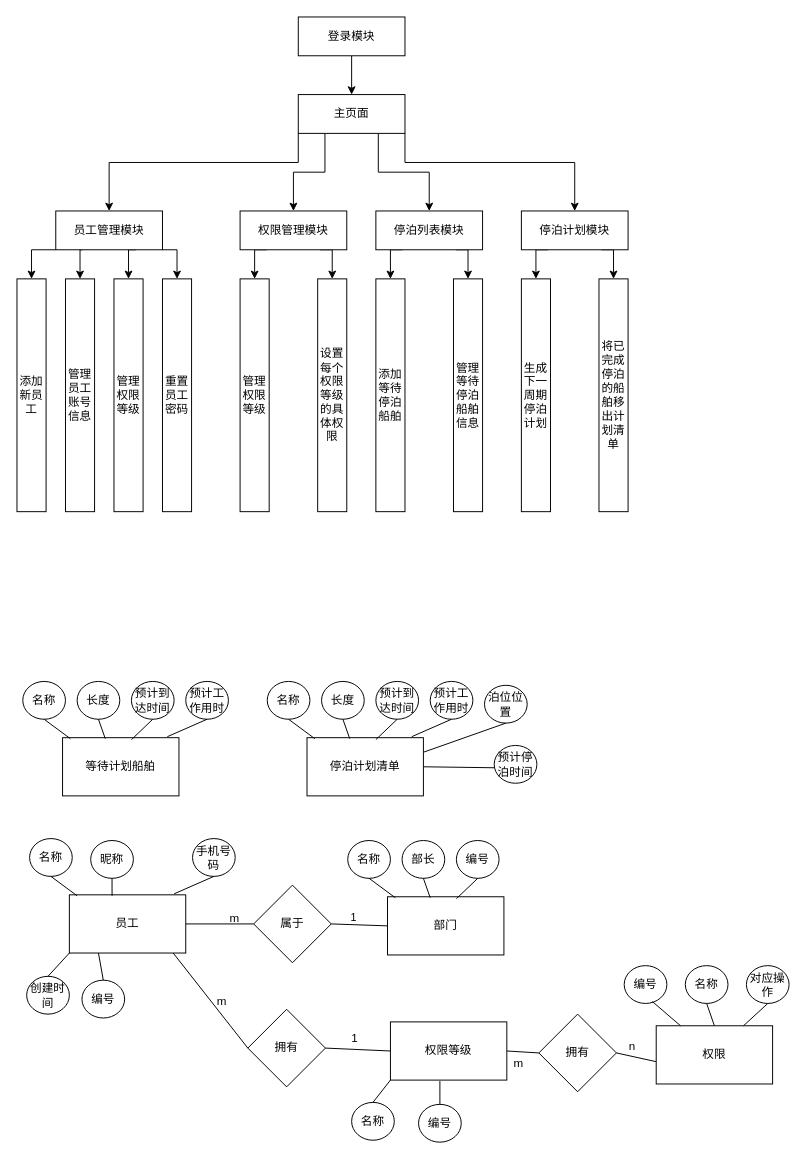
Above: 功能性需求.drawio in xbb2020/dicPics (draw.io), before the change. Source tidied: cells renumbered, new cells numbered last; positions are measured from the earlier drawing's top-left corner, leaving out a move shared by most shapes. Both pictures are drawn from the tidied source at 97%, with x=0, y=0 at pixel (16, 16).
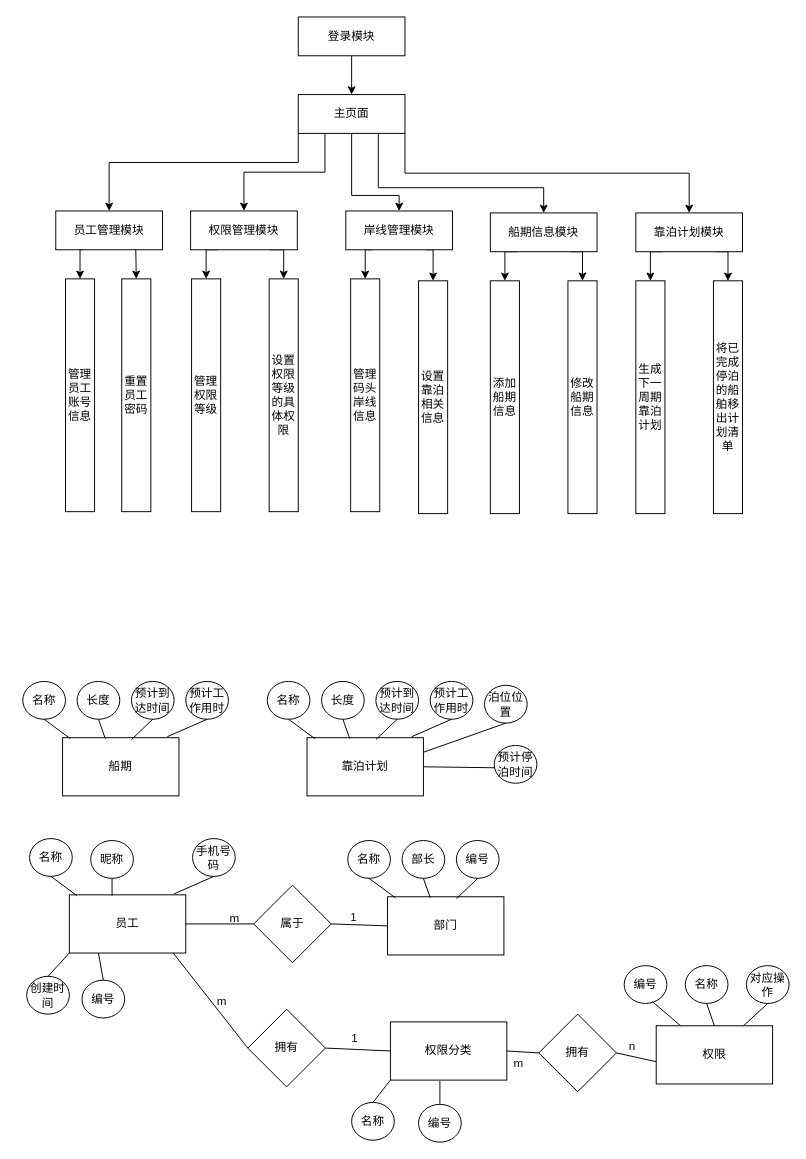
Above is the later version.

Commit message:
更新功能性需求.drawio

The change refers to these unchanged cells:
```xml
<mxCell id="8" value="主页面" style="rounded=0;whiteSpace=wrap;html=1;" parent="1" vertex="1">
  <mxGeometry x="290" y="80" width="110" height="40" as="geometry" />
</mxCell>
<mxCell id="13" value="员工管理模块" style="rounded=0;whiteSpace=wrap;html=1;" parent="1" vertex="1">
  <mxGeometry x="40" y="200" width="110" height="40" as="geometry" />
</mxCell>
<mxCell id="14" value="管理员工账号信息" style="rounded=0;whiteSpace=wrap;html=1;" parent="1" vertex="1">
  <mxGeometry x="50" y="270" width="30" height="240" as="geometry" />
</mxCell>
```

What changed in the source:
```diff
@@
     <mxCell id="5" style="edgeStyle=orthogonalEdgeStyle;rounded=0;jettySize=auto;html=1;exitX=0.25;exitY=1;exitDx=0;exitDy=0;entryX=0.5;entryY=0;entryDx=0;entryDy=0;" parent="1" edge="1" source="8" target="19">
-      <mxGeometry relative="1" as="geometry">
-        <Array as="points">
-          <mxPoint x="318" y="160" />
-          <mxPoint x="285" y="160" />
-        </Array>
-      </mxGeometry>
+      <mxGeometry relative="1" as="geometry" />
     </mxCell>
+    <mxCell id="7" style="edgeStyle=orthogonalEdgeStyle;rounded=0;jettySize=auto;html=1;exitX=1;exitY=1;exitDx=0;exitDy=0;entryX=0.5;entryY=0;entryDx=0;entryDy=0;" parent="1" edge="1" source="8" target="30">
+      <mxGeometry relative="1" as="geometry" />
+    </mxCell>
     <mxCell id="6" style="edgeStyle=orthogonalEdgeStyle;rounded=0;jettySize=auto;html=1;exitX=0.75;exitY=1;exitDx=0;exitDy=0;entryX=0.5;entryY=0;entryDx=0;entryDy=0;" parent="1" edge="1" source="8" target="24">
-      <mxGeometry relative="1" as="geometry" />
+      <mxGeometry relative="1" as="geometry">
+        <Array as="points">
+          <mxPoint x="373" y="176" />
+          <mxPoint x="543" y="176" />
+        </Array>
+      </mxGeometry>
     </mxCell>
-    <mxCell id="7" style="edgeStyle=orthogonalEdgeStyle;rounded=0;jettySize=auto;html=1;exitX=1;exitY=1;exitDx=0;exitDy=0;entryX=0.5;entryY=0;entryDx=0;entryDy=0;" parent="1" edge="1" source="8" target="30">
-      <mxGeometry relative="1" as="geometry">
-        <Array as="points">
-          <mxPoint x="400" y="150" />
-          <mxPoint x="575" y="150" />
-        </Array>
-      </mxGeometry>
-    </mxCell>
+    <mxCell id="100" style="edgeStyle=orthogonalEdgeStyle;rounded=0;jettySize=auto;html=1;exitX=0.5;exitY=1;exitDx=0;exitDy=0;entryX=0.5;entryY=0;entryDx=0;entryDy=0;" parent="1" edge="1" source="8" target="103">
+      <mxGeometry relative="1" as="geometry">
+        <Array as="points">
+          <mxPoint x="345" y="184" />
+          <mxPoint x="394" y="184" />
+        </Array>
+      </mxGeometry>
+    </mxCell>
@@
+    <mxCell id="11" style="edgeStyle=orthogonalEdgeStyle;rounded=0;jettySize=auto;html=1;exitX=0.25;exitY=1;exitDx=0;exitDy=0;entryX=0.5;entryY=0;entryDx=0;entryDy=0;" parent="1" edge="1" source="13" target="14">
+      <mxGeometry relative="1" as="geometry" />
+    </mxCell>
-    <mxCell id="9" style="edgeStyle=orthogonalEdgeStyle;rounded=0;jettySize=auto;html=1;exitX=1;exitY=1;exitDx=0;exitDy=0;" parent="1" edge="1" source="13" target="16">
-      <mxGeometry relative="1" as="geometry">
-        <Array as="points">
-          <mxPoint x="165" y="240" />
-        </Array>
-      </mxGeometry>
+    <mxCell id="9" style="edgeStyle=orthogonalEdgeStyle;rounded=0;jettySize=auto;html=1;exitX=0.75;exitY=1;exitDx=0;exitDy=0;entryX=0.5;entryY=0;entryDx=0;entryDy=0;" parent="1" edge="1" source="13" target="16">
+      <mxGeometry relative="1" as="geometry" />
     </mxCell>
-    <mxCell id="10" style="edgeStyle=orthogonalEdgeStyle;rounded=0;jettySize=auto;html=1;exitX=0.75;exitY=1;exitDx=0;exitDy=0;entryX=0.5;entryY=0;entryDx=0;entryDy=0;" parent="1" edge="1" source="13" target="15">
-      <mxGeometry relative="1" as="geometry" />
-    </mxCell>
-    <mxCell id="11" style="edgeStyle=orthogonalEdgeStyle;rounded=0;jettySize=auto;html=1;exitX=0.25;exitY=1;exitDx=0;exitDy=0;entryX=0.5;entryY=0;entryDx=0;entryDy=0;" parent="1" edge="1" source="13" target="14">
-      <mxGeometry relative="1" as="geometry" />
-    </mxCell>
-    <mxCell id="12" style="edgeStyle=orthogonalEdgeStyle;rounded=0;jettySize=auto;html=1;exitX=0;exitY=1;exitDx=0;exitDy=0;entryX=0.5;entryY=0;entryDx=0;entryDy=0;" parent="1" edge="1" source="13" target="26">
-      <mxGeometry relative="1" as="geometry" />
-    </mxCell>
@@
-    <mxCell id="15" value="管理权限等级" style="rounded=0;whiteSpace=wrap;html=1;" parent="1" vertex="1">
-      <mxGeometry x="100" y="270" width="30" height="240" as="geometry" />
-    </mxCell>
     <mxCell id="16" value="重置员工密码" style="rounded=0;whiteSpace=wrap;html=1;" parent="1" vertex="1">
-      <mxGeometry x="150" y="270" width="30" height="240" as="geometry" />
+      <mxGeometry x="108" y="270" width="30" height="240" as="geometry" />
     </mxCell>
@@
     <mxCell id="19" value="权限管理模块" style="rounded=0;whiteSpace=wrap;html=1;" parent="1" vertex="1">
-      <mxGeometry x="230" y="200" width="110" height="40" as="geometry" />
+      <mxGeometry x="179" y="200" width="110" height="40" as="geometry" />
     </mxCell>
     <mxCell id="20" value="管理权限等级" style="rounded=0;whiteSpace=wrap;html=1;" parent="1" vertex="1">
-      <mxGeometry x="230" y="270" width="30" height="240" as="geometry" />
+      <mxGeometry x="180" y="270" width="30" height="240" as="geometry" />
     </mxCell>
-    <mxCell id="21" value="设置 每个权限等级的具体权限" style="rounded=0;whiteSpace=wrap;html=1;" parent="1" vertex="1">
-      <mxGeometry x="310" y="270" width="30" height="240" as="geometry" />
+    <mxCell id="21" value="设置 权限等级的具体权限" style="rounded=0;whiteSpace=wrap;html=1;" parent="1" vertex="1">
+      <mxGeometry x="260" y="270" width="30" height="240" as="geometry" />
     </mxCell>
@@
-    <mxCell id="24" value="停泊列表模块" style="rounded=0;whiteSpace=wrap;html=1;" parent="1" vertex="1">
-      <mxGeometry x="370" y="200" width="110" height="40" as="geometry" />
+    <mxCell id="24" value="船期信息模块" style="rounded=0;whiteSpace=wrap;html=1;" parent="1" vertex="1">
+      <mxGeometry x="488" y="202" width="110" height="40" as="geometry" />
     </mxCell>
-    <mxCell id="25" value="添加等待停泊船舶" style="rounded=0;whiteSpace=wrap;html=1;" parent="1" vertex="1">
-      <mxGeometry x="370" y="270" width="30" height="240" as="geometry" />
+    <mxCell id="25" value="添加船期信息" style="rounded=0;whiteSpace=wrap;html=1;" parent="1" vertex="1">
+      <mxGeometry x="488" y="272" width="30" height="240" as="geometry" />
     </mxCell>
-    <mxCell id="26" value="添加新员工" style="rounded=0;whiteSpace=wrap;html=1;" parent="1" vertex="1">
-      <mxGeometry y="270" width="30" height="240" as="geometry" />
-    </mxCell>
-    <mxCell id="27" value="管理等待停泊船舶信息" style="rounded=0;whiteSpace=wrap;html=1;" parent="1" vertex="1">
-      <mxGeometry x="450" y="270" width="30" height="240" as="geometry" />
+    <mxCell id="27" value="修改船期信息" style="rounded=0;whiteSpace=wrap;html=1;" parent="1" vertex="1">
+      <mxGeometry x="568" y="272" width="30" height="240" as="geometry" />
     </mxCell>
@@
-    <mxCell id="30" value="停泊计划模块" style="rounded=0;whiteSpace=wrap;html=1;" parent="1" vertex="1">
-      <mxGeometry x="520" y="200" width="110" height="40" as="geometry" />
+    <mxCell id="30" value="靠泊计划模块" style="rounded=0;whiteSpace=wrap;html=1;" parent="1" vertex="1">
+      <mxGeometry x="638" y="202" width="110" height="40" as="geometry" />
     </mxCell>
-    <mxCell id="31" value="生成下一周期停泊计划" style="rounded=0;whiteSpace=wrap;html=1;" parent="1" vertex="1">
-      <mxGeometry x="520" y="270" width="30" height="240" as="geometry" />
+    <mxCell id="31" value="生成下一周期靠泊计划" style="rounded=0;whiteSpace=wrap;html=1;" parent="1" vertex="1">
+      <mxGeometry x="638" y="272" width="30" height="240" as="geometry" />
     </mxCell>
     <mxCell id="32" value="将已完成停泊的船舶移出计划清单" style="rounded=0;whiteSpace=wrap;html=1;" parent="1" vertex="1">
-      <mxGeometry x="600" y="270" width="30" height="240" as="geometry" />
+      <mxGeometry x="718" y="272" width="30" height="240" as="geometry" />
     </mxCell>
-    <mxCell id="33" value="等待计划船舶" style="rounded=0;whiteSpace=wrap;html=1;" parent="1" vertex="1">
+    <mxCell id="33" value="船期" style="rounded=0;whiteSpace=wrap;html=1;" parent="1" vertex="1">
       <mxGeometry x="47" y="743" width="120" height="60" as="geometry" />
     </mxCell>
@@
-    <mxCell id="42" value="停泊计划清单" style="rounded=0;whiteSpace=wrap;html=1;" parent="1" vertex="1">
+    <mxCell id="42" value="靠泊计划" style="rounded=0;whiteSpace=wrap;html=1;" parent="1" vertex="1">
       <mxGeometry x="299" y="743" width="120" height="60" as="geometry" />
     </mxCell>
@@
-    <mxCell id="79" value="权限等级" style="rounded=0;whiteSpace=wrap;html=1;" parent="1" vertex="1">
+    <mxCell id="79" value="权限分类" style="rounded=0;whiteSpace=wrap;html=1;" parent="1" vertex="1">
       <mxGeometry x="385" y="1036" width="120" height="60" as="geometry" />
     </mxCell>
@@
+    <mxCell id="101" style="edgeStyle=orthogonalEdgeStyle;rounded=0;jettySize=auto;html=1;exitX=0.25;exitY=1;exitDx=0;exitDy=0;entryX=0.5;entryY=0;entryDx=0;entryDy=0;" parent="1" edge="1" source="103" target="104">
+      <mxGeometry relative="1" as="geometry" />
+    </mxCell>
+    <mxCell id="102" style="edgeStyle=orthogonalEdgeStyle;rounded=0;jettySize=auto;html=1;exitX=0.75;exitY=1;exitDx=0;exitDy=0;entryX=0.5;entryY=0;entryDx=0;entryDy=0;" parent="1" edge="1" source="103" target="105">
+      <mxGeometry relative="1" as="geometry" />
+    </mxCell>
+    <mxCell id="103" value="岸线管理模块" style="rounded=0;whiteSpace=wrap;html=1;" parent="1" vertex="1">
+      <mxGeometry x="339" y="200" width="110" height="40" as="geometry" />
+    </mxCell>
+    <mxCell id="104" value="管理码头岸线信息" style="rounded=0;whiteSpace=wrap;html=1;" parent="1" vertex="1">
+      <mxGeometry x="344" y="270" width="30" height="240" as="geometry" />
+    </mxCell>
+    <mxCell id="105" value="设置靠泊相关信息" style="rounded=0;whiteSpace=wrap;html=1;" parent="1" vertex="1">
+      <mxGeometry x="414" y="272" width="30" height="240" as="geometry" />
+    </mxCell>
```
